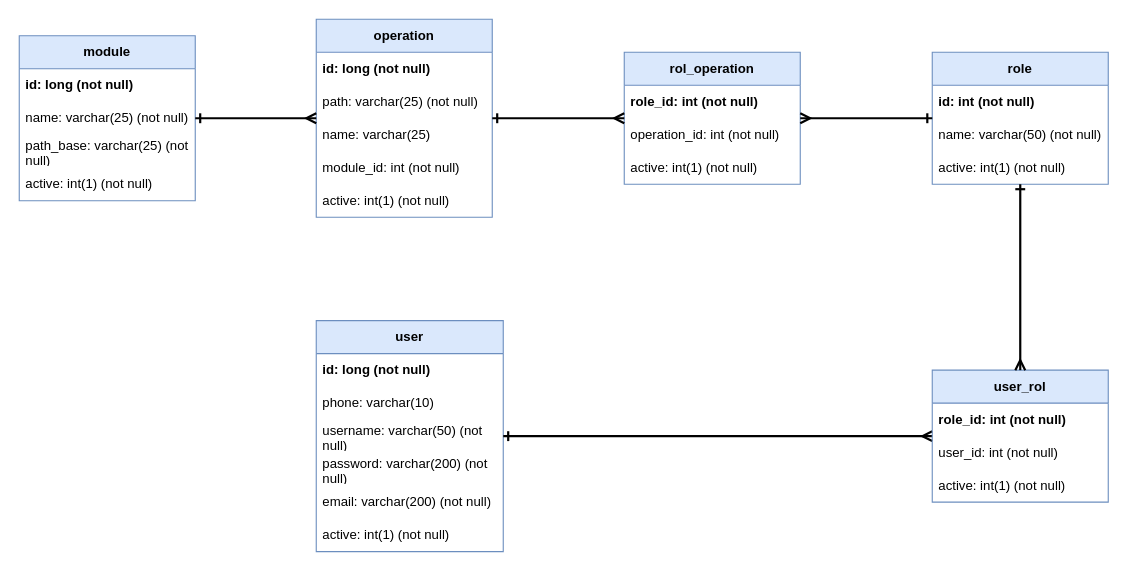
This is security_model_db.drawio from miguelmercado94/findu, a draw.io file, before an edit. Source tidied: cells renumbered, new cells numbered last; positions are measured from the earlier drawing's top-left corner, leaving out a move shared by most shapes. Both pictures are drawn from the tidied source at 110%, with x=0, y=0 at pixel (19, 19).
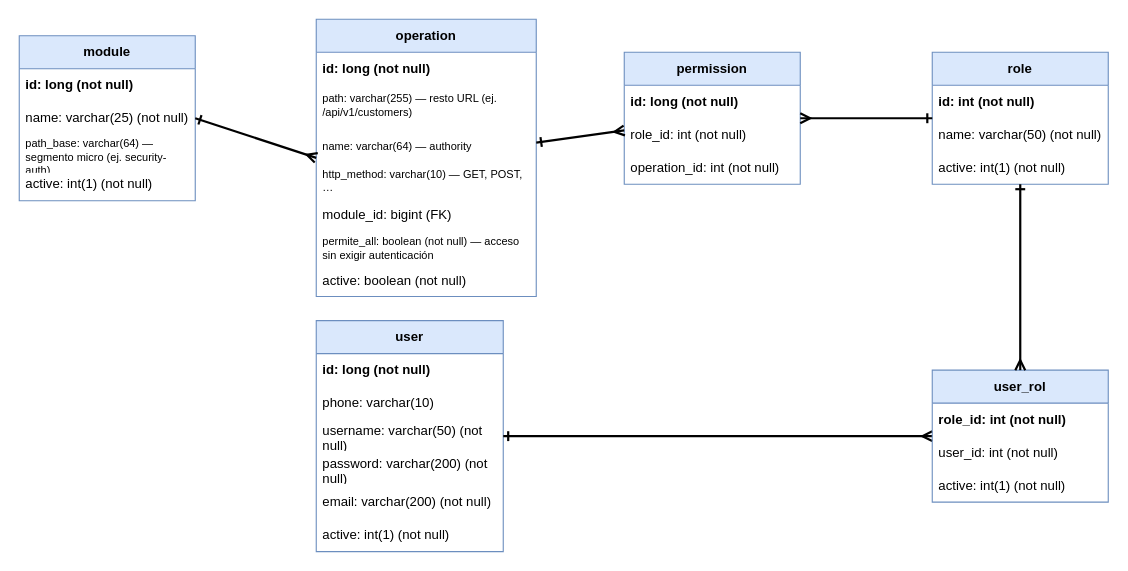
The same diagram, later.

Unchanged cells that the change refers to:
```xml
<mxCell id="2" value="module" style="swimlane;fontStyle=1;horizontal=1;startSize=30;whiteSpace=wrap;html=1;fillColor=#dae8fc;strokeColor=#6c8ebf;" parent="1" vertex="1">
  <mxGeometry y="15" width="160" height="150" as="geometry" />
</mxCell>
```

The edit, as a diff of the source:
```diff
@@
-    <mxCell id="5" value="path_base: varchar(25) (not null)" style="text;strokeColor=none;fillColor=none;align=left;verticalAlign=middle;spacingLeft=4;spacingRight=4;overflow=hidden;whiteSpace=wrap;html=1;" parent="2" vertex="1">
-      <mxGeometry y="90" width="160" height="30" as="geometry" />
+    <mxCell id="5" value="path_base: varchar(64) — segmento micro (ej. security-auth)" style="text;strokeColor=none;fillColor=none;align=left;verticalAlign=middle;spacingLeft=4;spacingRight=4;overflow=hidden;whiteSpace=wrap;html=1;fontSize=10;" parent="2" vertex="1">
+      <mxGeometry y="90" width="160" height="36" as="geometry" />
     </mxCell>
@@
     <mxCell id="7" value="operation" style="swimlane;fontStyle=1;horizontal=1;startSize=30;whiteSpace=wrap;html=1;fillColor=#dae8fc;strokeColor=#6c8ebf;" parent="1" vertex="1">
-      <mxGeometry x="270" width="160" height="180" as="geometry" />
+      <mxGeometry x="270" width="200" height="252" as="geometry" />
     </mxCell>
@@
-    <mxCell id="9" value="path: varchar(25) (not null)" style="text;strokeColor=none;fillColor=none;align=left;verticalAlign=middle;spacingLeft=4;spacingRight=4;overflow=hidden;whiteSpace=wrap;html=1;" parent="7" vertex="1">
-      <mxGeometry y="60" width="160" height="30" as="geometry" />
+    <mxCell id="9" value="path: varchar(255) — resto URL (ej. /api/v1/customers)" style="text;strokeColor=none;fillColor=none;align=left;verticalAlign=middle;spacingLeft=4;spacingRight=4;overflow=hidden;whiteSpace=wrap;html=1;fontSize=10;" parent="7" vertex="1">
+      <mxGeometry y="60" width="200" height="36" as="geometry" />
     </mxCell>
-    <mxCell id="10" value="name: varchar(25)&amp;nbsp;" style="text;strokeColor=none;fillColor=none;align=left;verticalAlign=middle;spacingLeft=4;spacingRight=4;overflow=hidden;whiteSpace=wrap;html=1;" parent="7" vertex="1">
-      <mxGeometry y="90" width="160" height="30" as="geometry" />
+    <mxCell id="10" value="name: varchar(64) — authority" style="text;strokeColor=none;fillColor=none;align=left;verticalAlign=middle;spacingLeft=4;spacingRight=4;overflow=hidden;whiteSpace=wrap;html=1;fontSize=10;" parent="7" vertex="1">
+      <mxGeometry y="100" width="200" height="30" as="geometry" />
     </mxCell>
+    <mxCell id="37" value="http_method: varchar(10) — GET, POST, …" style="text;strokeColor=none;fillColor=none;align=left;verticalAlign=middle;spacingLeft=4;spacingRight=4;overflow=hidden;whiteSpace=wrap;html=1;fontSize=10;" parent="7" vertex="1">
+      <mxGeometry y="132" width="200" height="30" as="geometry" />
+    </mxCell>
-    <mxCell id="11" value="module_id: int (not null)" style="text;strokeColor=none;fillColor=none;align=left;verticalAlign=middle;spacingLeft=4;spacingRight=4;overflow=hidden;whiteSpace=wrap;html=1;" parent="7" vertex="1">
-      <mxGeometry y="120" width="160" height="30" as="geometry" />
+    <mxCell id="11" value="module_id: bigint (FK)" style="text;strokeColor=none;fillColor=none;align=left;verticalAlign=middle;spacingLeft=4;spacingRight=4;overflow=hidden;whiteSpace=wrap;html=1;" parent="7" vertex="1">
+      <mxGeometry y="164" width="200" height="28" as="geometry" />
     </mxCell>
+    <mxCell id="38" value="permite_all: boolean (not null) — acceso sin exigir autenticación" style="text;strokeColor=none;fillColor=none;align=left;verticalAlign=middle;spacingLeft=4;spacingRight=4;overflow=hidden;whiteSpace=wrap;html=1;fontSize=10;" parent="7" vertex="1">
+      <mxGeometry y="192" width="200" height="32" as="geometry" />
+    </mxCell>
-    <mxCell id="12" value="active: int(1) (not null)" style="text;strokeColor=none;fillColor=none;align=left;verticalAlign=middle;spacingLeft=4;spacingRight=4;overflow=hidden;whiteSpace=wrap;html=1;" parent="7" vertex="1">
-      <mxGeometry y="150" width="160" height="30" as="geometry" />
+    <mxCell id="12" value="active: boolean (not null)" style="text;strokeColor=none;fillColor=none;align=left;verticalAlign=middle;spacingLeft=4;spacingRight=4;overflow=hidden;whiteSpace=wrap;html=1;" parent="7" vertex="1">
+      <mxGeometry y="224" width="200" height="28" as="geometry" />
     </mxCell>
@@
-    <mxCell id="31" value="rol_operation" style="swimlane;fontStyle=1;horizontal=1;startSize=30;whiteSpace=wrap;html=1;fillColor=#dae8fc;strokeColor=#6c8ebf;" parent="1" vertex="1">
+    <mxCell id="31" value="permission" style="swimlane;fontStyle=1;horizontal=1;startSize=30;whiteSpace=wrap;html=1;fillColor=#dae8fc;strokeColor=#6c8ebf;" parent="1" vertex="1">
       <mxGeometry x="550" y="30" width="160" height="120" as="geometry" />
     </mxCell>
+    <mxCell id="39" value="id: long (not null)" style="text;strokeColor=none;fillColor=none;align=left;verticalAlign=middle;spacingLeft=4;spacingRight=4;overflow=hidden;whiteSpace=wrap;html=1;fontStyle=1;" parent="31" vertex="1">
+      <mxGeometry y="30" width="160" height="30" as="geometry" />
+    </mxCell>
-    <mxCell id="32" value="role_id: int (not null)" style="text;strokeColor=none;fillColor=none;align=left;verticalAlign=middle;spacingLeft=4;spacingRight=4;overflow=hidden;whiteSpace=wrap;html=1;fontStyle=1;" parent="31" vertex="1">
-      <mxGeometry y="30" width="160" height="30" as="geometry" />
+    <mxCell id="32" value="role_id: int (not null)" style="text;strokeColor=none;fillColor=none;align=left;verticalAlign=middle;spacingLeft=4;spacingRight=4;overflow=hidden;whiteSpace=wrap;html=1;" parent="31" vertex="1">
+      <mxGeometry y="60" width="160" height="30" as="geometry" />
     </mxCell>
     <mxCell id="33" value="operation_id: int (not null)" style="text;strokeColor=none;fillColor=none;align=left;verticalAlign=middle;spacingLeft=4;spacingRight=4;overflow=hidden;whiteSpace=wrap;html=1;" parent="31" vertex="1">
-      <mxGeometry y="60" width="160" height="30" as="geometry" />
+      <mxGeometry y="90" width="160" height="30" as="geometry" />
     </mxCell>
-    <mxCell id="34" value="active: int(1) (not null)" style="text;strokeColor=none;fillColor=none;align=left;verticalAlign=middle;spacingLeft=4;spacingRight=4;overflow=hidden;whiteSpace=wrap;html=1;" parent="31" vertex="1">
-      <mxGeometry y="90" width="160" height="30" as="geometry" />
-    </mxCell>
```
